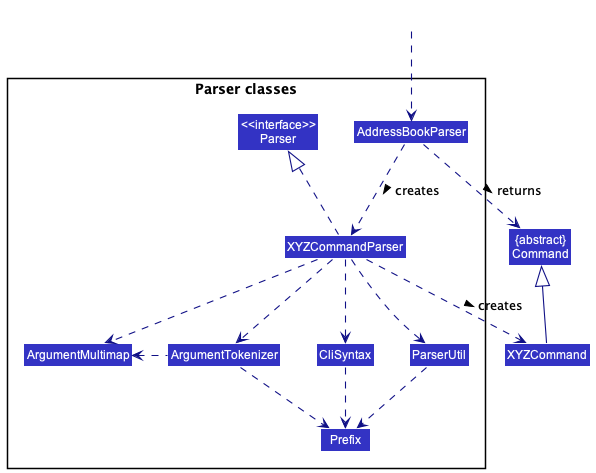
Above: docs/images/ParserClasses.png in nus-cs2103-AY2223S1/tp (PlantUML), before the change.
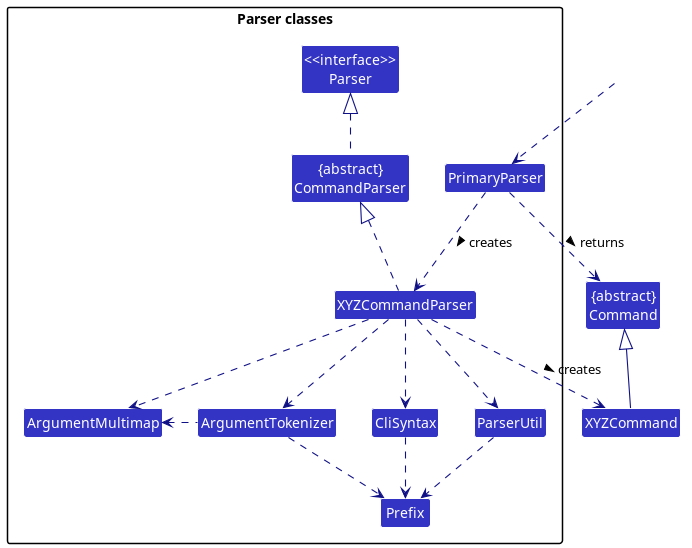
The same file after the commit.

Change to the diagram source:
```diff
@@ -9,23 +9,25 @@
 
 package "Parser classes"{
 Class "<<interface>>\nParser" as Parser
-Class AddressBookParser
+Class PrimaryParser
 Class XYZCommandParser
 Class CliSyntax
 Class ParserUtil
 Class ArgumentMultimap
 Class ArgumentTokenizer
 Class Prefix
+Class "{abstract}\nCommandParser" as CommandParser
 }
 
 Class HiddenOutside #FFFFFF
-HiddenOutside ..> AddressBookParser
+HiddenOutside ..> PrimaryParser
 
-AddressBookParser .down.> XYZCommandParser: creates >
+PrimaryParser .down.> XYZCommandParser: creates >
 
 XYZCommandParser ..> XYZCommand : creates >
-AddressBookParser ..> Command : returns >
-XYZCommandParser .up.|> Parser
+PrimaryParser ..> Command : returns >
+CommandParser .up.|> Parser
+XYZCommandParser .up.|> CommandParser
 XYZCommandParser ..> ArgumentMultimap
 XYZCommandParser ..> ArgumentTokenizer
 ArgumentTokenizer .left.> ArgumentMultimap
```
